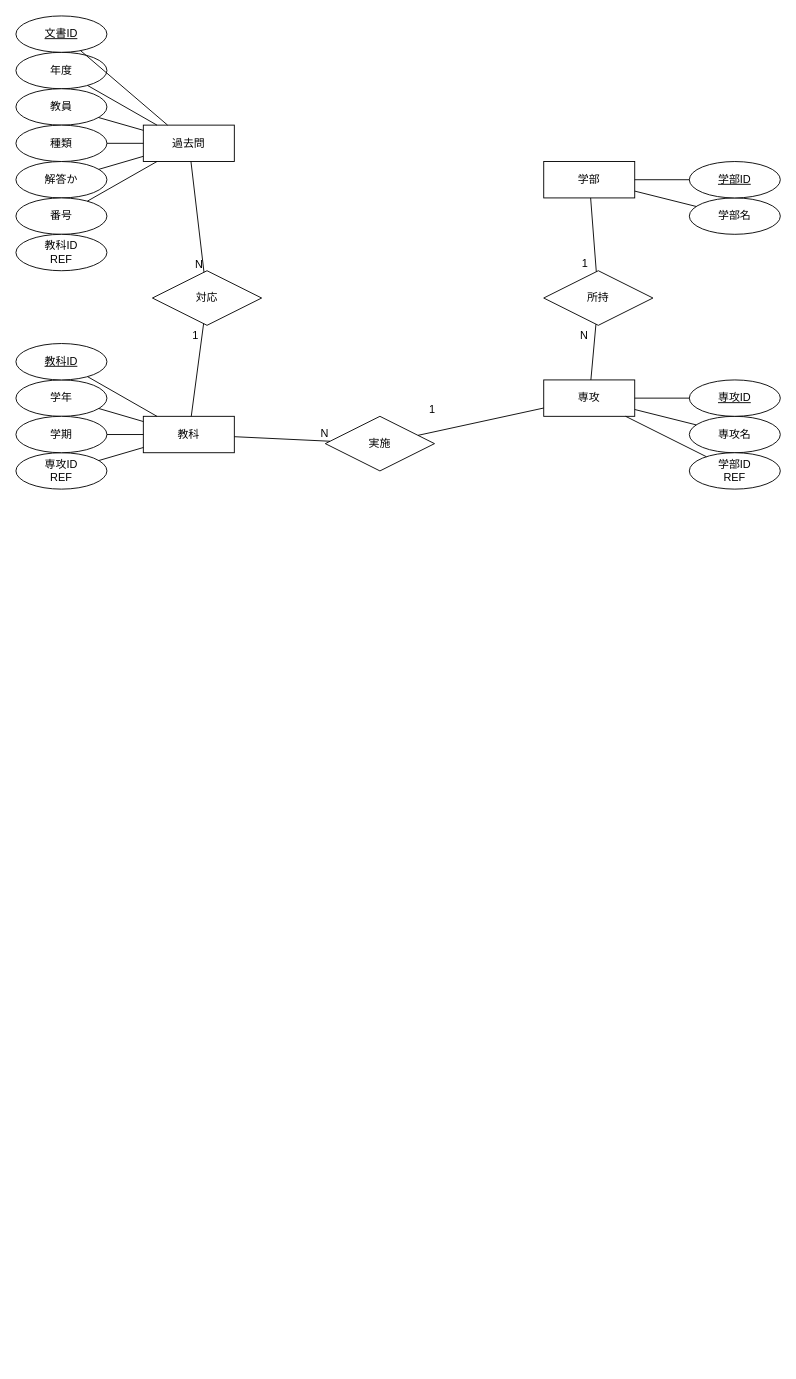
Earlier version of the draw.io diagram docs/db/論理モデル.drawio (hinshiba/document-uploader). Source tidied: cells renumbered, new cells numbered last; positions are measured from the earlier drawing's top-left corner, leaving out a move shared by most shapes. Both pictures are drawn from the tidied source at 91%, with x=0, y=0 at pixel (15, 15).
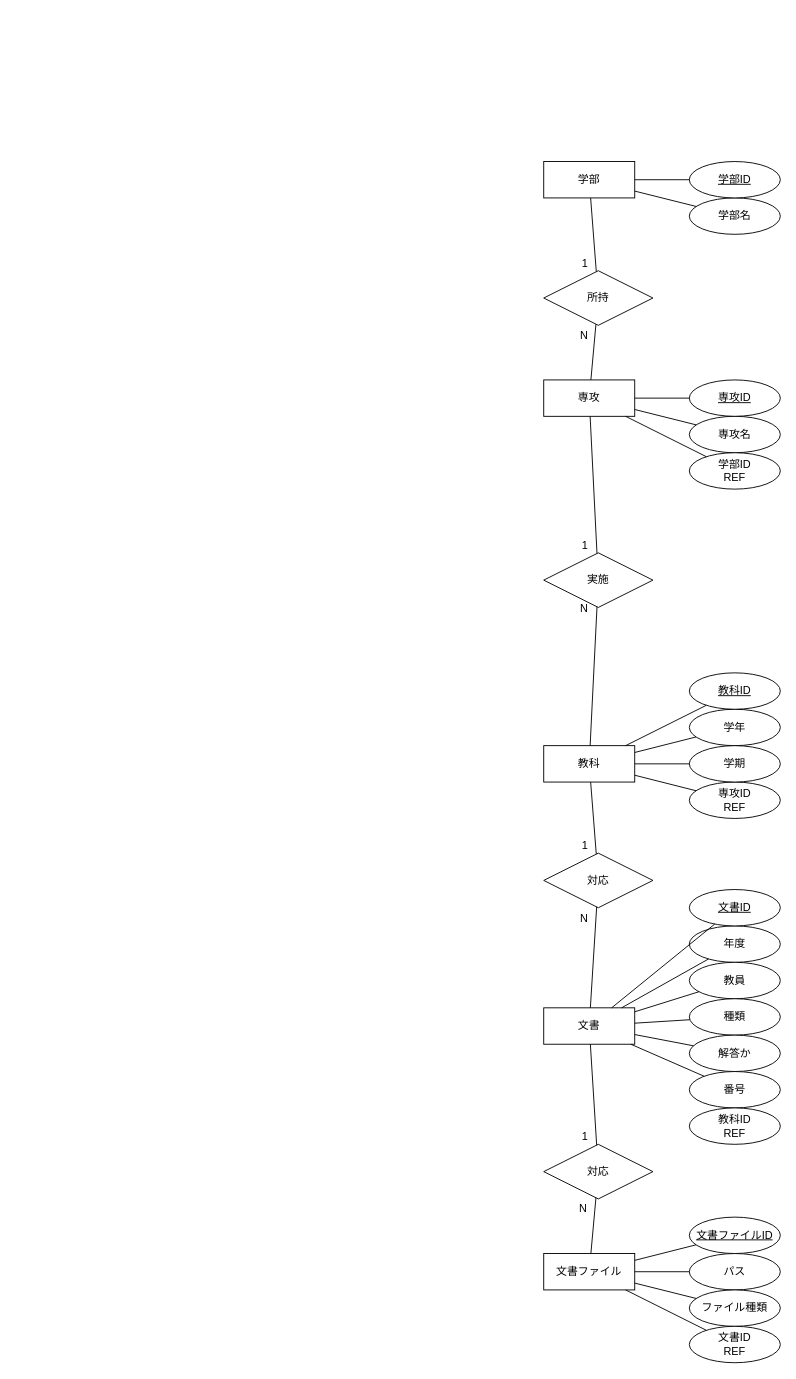
After the change.

Commit message:
doc: 論理モデルの更新

Unchanged cells that the change refers to:
```xml
<mxCell id="22" style="endArrow=none;html=1;rounded=0;" parent="1" edge="1" source="6" target="21">
  <mxGeometry relative="1" as="geometry" />
</mxCell>
<mxCell id="24" style="endArrow=none;html=1;rounded=0;" parent="1" edge="1" source="2" target="21">
  <mxGeometry relative="1" as="geometry" />
</mxCell>
<mxCell id="46" style="endArrow=none;html=1;rounded=0;" parent="1" edge="1" source="35" target="45">
  <mxGeometry relative="1" as="geometry" />
</mxCell>
<mxCell id="48" style="endArrow=none;html=1;rounded=0;" parent="1" edge="1" source="6" target="45">
  <mxGeometry relative="1" as="geometry" />
</mxCell>
```

The edit, as a diff of the source:
```diff
@@
-    <mxCell id="2" value="過去問" style="whiteSpace=wrap;html=1;align=center;" parent="1" vertex="1">
-      <mxGeometry x="140" y="120" width="100" height="40" as="geometry" />
+    <mxCell id="2" value="文書" style="whiteSpace=wrap;html=1;align=center;" parent="1" vertex="1">
+      <mxGeometry x="580" y="1090" width="100" height="40" as="geometry" />
     </mxCell>
@@
     <mxCell id="4" value="専攻ID&lt;br&gt;REF" style="ellipse;whiteSpace=wrap;html=1;align=center;" parent="1" vertex="1">
-      <mxGeometry y="480" width="100" height="40" as="geometry" />
+      <mxGeometry x="740" y="841.9" width="100" height="40" as="geometry" />
     </mxCell>
     <mxCell id="5" value="年度" style="ellipse;whiteSpace=wrap;html=1;align=center;" parent="1" vertex="1">
-      <mxGeometry y="40" width="100" height="40" as="geometry" />
+      <mxGeometry x="740" y="1000" width="100" height="40" as="geometry" />
     </mxCell>
     <mxCell id="6" value="教科" style="whiteSpace=wrap;html=1;align=center;" parent="1" vertex="1">
-      <mxGeometry x="140" y="440" width="100" height="40" as="geometry" />
+      <mxGeometry x="580" y="801.9" width="100" height="40" as="geometry" />
     </mxCell>
     <mxCell id="7" value="学年" style="ellipse;whiteSpace=wrap;html=1;align=center;" parent="1" vertex="1">
-      <mxGeometry y="400" width="100" height="40" as="geometry" />
+      <mxGeometry x="740" y="761.9" width="100" height="40" as="geometry" />
     </mxCell>
     <mxCell id="8" value="学期" style="ellipse;whiteSpace=wrap;html=1;align=center;" parent="1" vertex="1">
-      <mxGeometry y="440" width="100" height="40" as="geometry" />
+      <mxGeometry x="740" y="801.9" width="100" height="40" as="geometry" />
     </mxCell>
     <mxCell id="9" value="教員" style="ellipse;whiteSpace=wrap;html=1;align=center;" parent="1" vertex="1">
-      <mxGeometry y="80" width="100" height="40" as="geometry" />
+      <mxGeometry x="740" y="1040" width="100" height="40" as="geometry" />
     </mxCell>
     <mxCell id="10" value="種類" style="ellipse;whiteSpace=wrap;html=1;align=center;" parent="1" vertex="1">
-      <mxGeometry y="120" width="100" height="40" as="geometry" />
+      <mxGeometry x="740" y="1080" width="100" height="40" as="geometry" />
     </mxCell>
     <mxCell id="11" value="解答か" style="ellipse;whiteSpace=wrap;html=1;align=center;" parent="1" vertex="1">
-      <mxGeometry y="160" width="100" height="40" as="geometry" />
+      <mxGeometry x="740" y="1120" width="100" height="40" as="geometry" />
     </mxCell>
     <mxCell id="12" value="番号" style="ellipse;whiteSpace=wrap;html=1;align=center;" parent="1" vertex="1">
-      <mxGeometry y="200" width="100" height="40" as="geometry" />
+      <mxGeometry x="740" y="1160" width="100" height="40" as="geometry" />
     </mxCell>
@@
     <mxCell id="21" value="対応" style="shape=rhombus;perimeter=rhombusPerimeter;whiteSpace=wrap;html=1;align=center;" parent="1" vertex="1">
-      <mxGeometry x="150" y="280" width="120" height="60" as="geometry" />
+      <mxGeometry x="580" y="920" width="120" height="60" as="geometry" />
     </mxCell>
@@
     <mxCell id="23" value="1" style="html=1;whiteSpace=wrap;align=right;verticalAlign=bottom;" parent="22" vertex="1">
       <mxGeometry x="1" relative="1" as="geometry">
-        <mxPoint x="-4" y="21" as="offset" />
+        <mxPoint x="-8" y="-1" as="offset" />
       </mxGeometry>
     </mxCell>
@@
     <mxCell id="25" value="N" style="html=1;whiteSpace=wrap;align=right;verticalAlign=bottom;" parent="24" vertex="1">
-      <mxGeometry x="1" relative="1" as="geometry" />
+      <mxGeometry x="1" relative="1" as="geometry">
+        <mxPoint x="-8" y="21" as="offset" />
+      </mxGeometry>
     </mxCell>
@@
     <mxCell id="27" value="教科ID" style="ellipse;whiteSpace=wrap;html=1;align=center;fontStyle=4;" parent="1" vertex="1">
-      <mxGeometry y="360" width="100" height="40" as="geometry" />
+      <mxGeometry x="740" y="721.9" width="100" height="40" as="geometry" />
     </mxCell>
     <mxCell id="28" value="文書ID" style="ellipse;whiteSpace=wrap;html=1;align=center;fontStyle=4;" parent="1" vertex="1">
-      <mxGeometry width="100" height="40" as="geometry" />
+      <mxGeometry x="740" y="960" width="100" height="40" as="geometry" />
     </mxCell>
@@
     <mxCell id="30" value="教科ID&lt;br&gt;REF" style="ellipse;whiteSpace=wrap;html=1;align=center;" parent="1" vertex="1">
-      <mxGeometry y="240" width="100" height="40" as="geometry" />
+      <mxGeometry x="740" y="1200" width="100" height="40" as="geometry" />
     </mxCell>
@@
     <mxCell id="45" value="実施" style="shape=rhombus;perimeter=rhombusPerimeter;whiteSpace=wrap;html=1;align=center;" parent="1" vertex="1">
-      <mxGeometry x="340" y="440" width="120" height="60" as="geometry" />
+      <mxGeometry x="580" y="590" width="120" height="60" as="geometry" />
     </mxCell>
@@
     <mxCell id="47" value="1" style="html=1;whiteSpace=wrap;align=right;verticalAlign=bottom;" parent="46" vertex="1">
       <mxGeometry x="1" relative="1" as="geometry">
-        <mxPoint x="20" y="-20" as="offset" />
+        <mxPoint x="-9" y="-1" as="offset" />
       </mxGeometry>
     </mxCell>
@@
     <mxCell id="49" value="N" style="html=1;whiteSpace=wrap;align=right;verticalAlign=bottom;" parent="48" vertex="1">
-      <mxGeometry x="1" relative="1" as="geometry" />
+      <mxGeometry x="1" relative="1" as="geometry">
+        <mxPoint x="-9" y="11" as="offset" />
+      </mxGeometry>
     </mxCell>
@@
+    <mxCell id="52" value="文書ファイル" style="whiteSpace=wrap;html=1;align=center;" parent="1" vertex="1">
+      <mxGeometry x="580" y="1360" width="100" height="40" as="geometry" />
+    </mxCell>
+    <mxCell id="53" value="文書ファイルID" style="ellipse;whiteSpace=wrap;html=1;align=center;fontStyle=4;" parent="1" vertex="1">
+      <mxGeometry x="740" y="1320" width="100" height="40" as="geometry" />
+    </mxCell>
+    <mxCell id="54" value="パス" style="ellipse;whiteSpace=wrap;html=1;align=center;" parent="1" vertex="1">
+      <mxGeometry x="740" y="1360" width="100" height="40" as="geometry" />
+    </mxCell>
+    <mxCell id="55" value="ファイル種類" style="ellipse;whiteSpace=wrap;html=1;align=center;" parent="1" vertex="1">
+      <mxGeometry x="740" y="1400" width="100" height="40" as="geometry" />
+    </mxCell>
+    <mxCell id="56" value="文書ID&lt;br&gt;REF" style="ellipse;whiteSpace=wrap;html=1;align=center;" parent="1" vertex="1">
+      <mxGeometry x="740" y="1440" width="100" height="40" as="geometry" />
+    </mxCell>
+    <mxCell id="57" value="対応" style="shape=rhombus;perimeter=rhombusPerimeter;whiteSpace=wrap;html=1;align=center;" parent="1" vertex="1">
+      <mxGeometry x="580" y="1240" width="120" height="60" as="geometry" />
+    </mxCell>
+    <mxCell id="58" style="endArrow=none;html=1;rounded=0;" parent="1" edge="1" source="52" target="57">
+      <mxGeometry relative="1" as="geometry" />
+    </mxCell>
+    <mxCell id="59" value="N" style="html=1;whiteSpace=wrap;align=right;verticalAlign=bottom;" parent="58" vertex="1">
+      <mxGeometry x="1" relative="1" as="geometry">
+        <mxPoint x="-8" y="21" as="offset" />
+      </mxGeometry>
+    </mxCell>
+    <mxCell id="60" style="endArrow=none;html=1;rounded=0;" parent="1" edge="1" source="2" target="57">
+      <mxGeometry relative="1" as="geometry" />
+    </mxCell>
+    <mxCell id="61" value="1" style="html=1;whiteSpace=wrap;align=right;verticalAlign=bottom;" parent="60" vertex="1">
+      <mxGeometry x="1" relative="1" as="geometry">
+        <mxPoint x="-8" y="-1" as="offset" />
+      </mxGeometry>
+    </mxCell>
+    <mxCell id="62" style="endArrow=none;html=1;rounded=0;" parent="1" edge="1" source="52" target="56">
+      <mxGeometry relative="1" as="geometry" />
+    </mxCell>
+    <mxCell id="63" style="endArrow=none;html=1;rounded=0;" parent="1" edge="1" source="52" target="55">
+      <mxGeometry relative="1" as="geometry" />
+    </mxCell>
+    <mxCell id="64" style="endArrow=none;html=1;rounded=0;" parent="1" edge="1" source="52" target="54">
+      <mxGeometry relative="1" as="geometry" />
+    </mxCell>
+    <mxCell id="65" style="endArrow=none;html=1;rounded=0;" parent="1" edge="1" source="53" target="52">
+      <mxGeometry relative="1" as="geometry" />
+    </mxCell>
```
